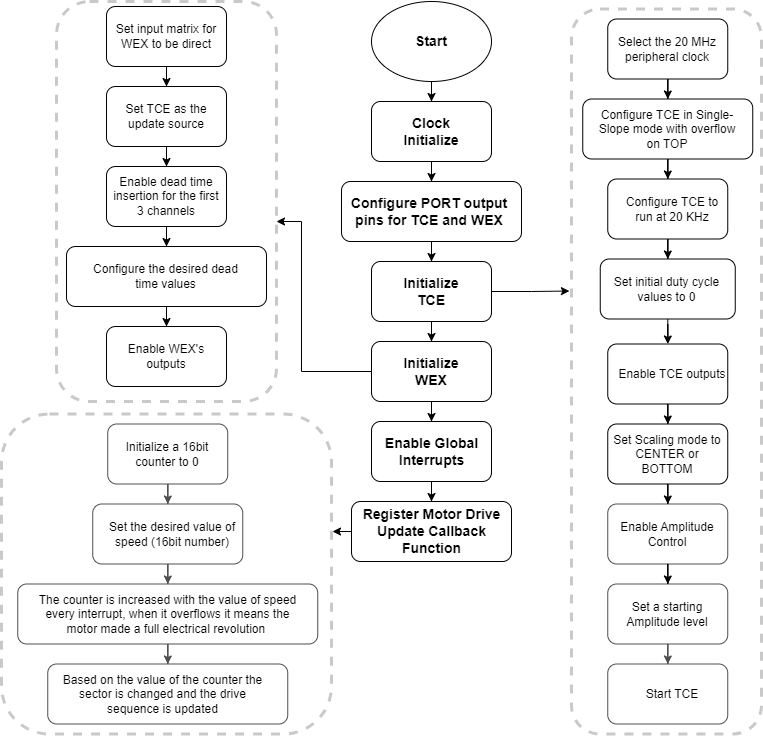
This is images/drive_layer_eb_flowchart.png from microchip-pic-avr-examples/avr16eb32-bldc-pmsm-motor-control-demo, a draw.io export, as it was before one commit. Source tidied: cells renumbered, new cells last; positions are measured from the earlier drawing's top-left corner, leaving out a move shared by most shapes.
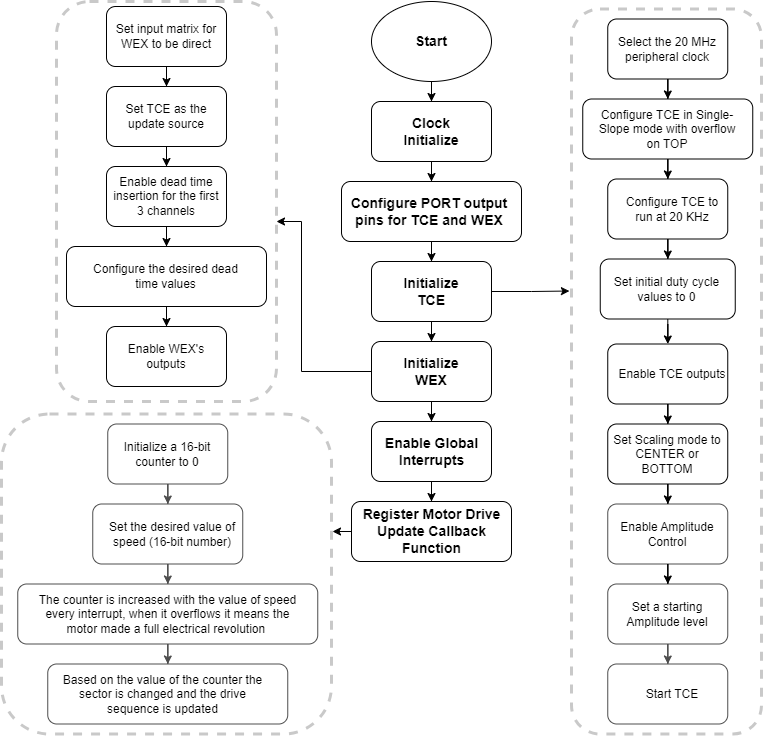
Later version of the same file.

Diff of the diagram source:
```diff
@@ -220,10 +220,10 @@
     <mxCell id="72" style="rounded=1;whiteSpace=wrap;html=1;strokeWidth=3;strokeColor=#4D4D4D;opacity=30;dashed=1;" parent="1" vertex="1">
       <mxGeometry y="412.5" width="330" height="320" as="geometry" />
     </mxCell>
-    <mxCell id="73" value="Initialize a 16bit counter to 0" style="text;html=1;strokeColor=none;fillColor=none;align=center;verticalAlign=middle;whiteSpace=wrap;rounded=0;" parent="1" vertex="1">
+    <mxCell id="73" value="Initialize a 16-bit counter to 0" style="text;html=1;strokeColor=none;fillColor=none;align=center;verticalAlign=middle;whiteSpace=wrap;rounded=0;" parent="1" vertex="1">
       <mxGeometry x="111.2" y="437.5" width="110" height="30" as="geometry" />
     </mxCell>
-    <mxCell id="74" value="Set the desired value of speed (16bit number)" style="text;html=1;strokeColor=none;fillColor=none;align=center;verticalAlign=middle;whiteSpace=wrap;rounded=0;" parent="1" vertex="1">
+    <mxCell id="74" value="Set the desired value of speed (16-bit number)" style="text;html=1;strokeColor=none;fillColor=none;align=center;verticalAlign=middle;whiteSpace=wrap;rounded=0;" parent="1" vertex="1">
       <mxGeometry x="101.2" y="512.5" width="140" height="40" as="geometry" />
     </mxCell>
     <mxCell id="75" value="The counter is increased with the value of speed every interrupt, when it overflows it means the motor made a full electrical revolution&amp;nbsp;" style="text;html=1;strokeColor=none;fillColor=none;align=center;verticalAlign=middle;whiteSpace=wrap;rounded=0;" parent="1" vertex="1">
```
